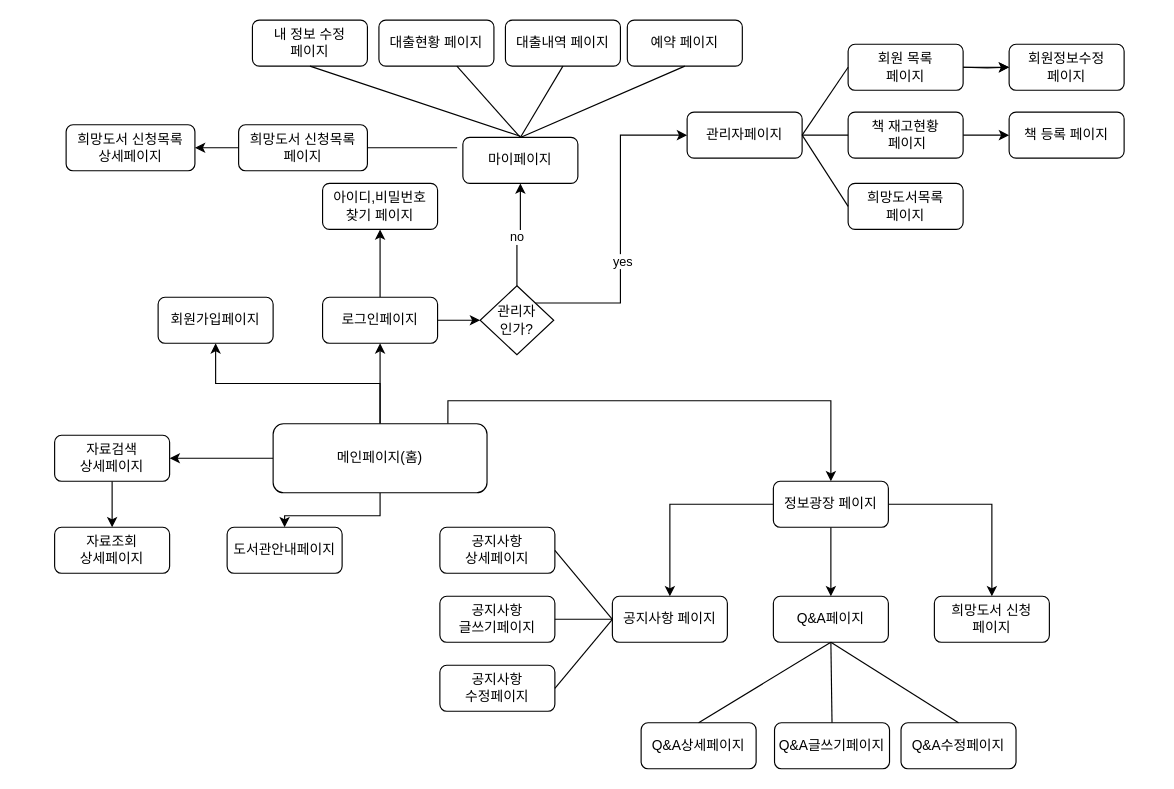
Before: 문서/uml.drawio in dambijin/carpe_diem_project1, a draw.io diagram. Source tidied: cells renumbered, new cells numbered last; positions are measured from the earlier drawing's top-left corner, leaving out a move shared by most shapes. Both pictures are drawn from the tidied source at 115%, with x=0, y=0 at pixel (54, 20).
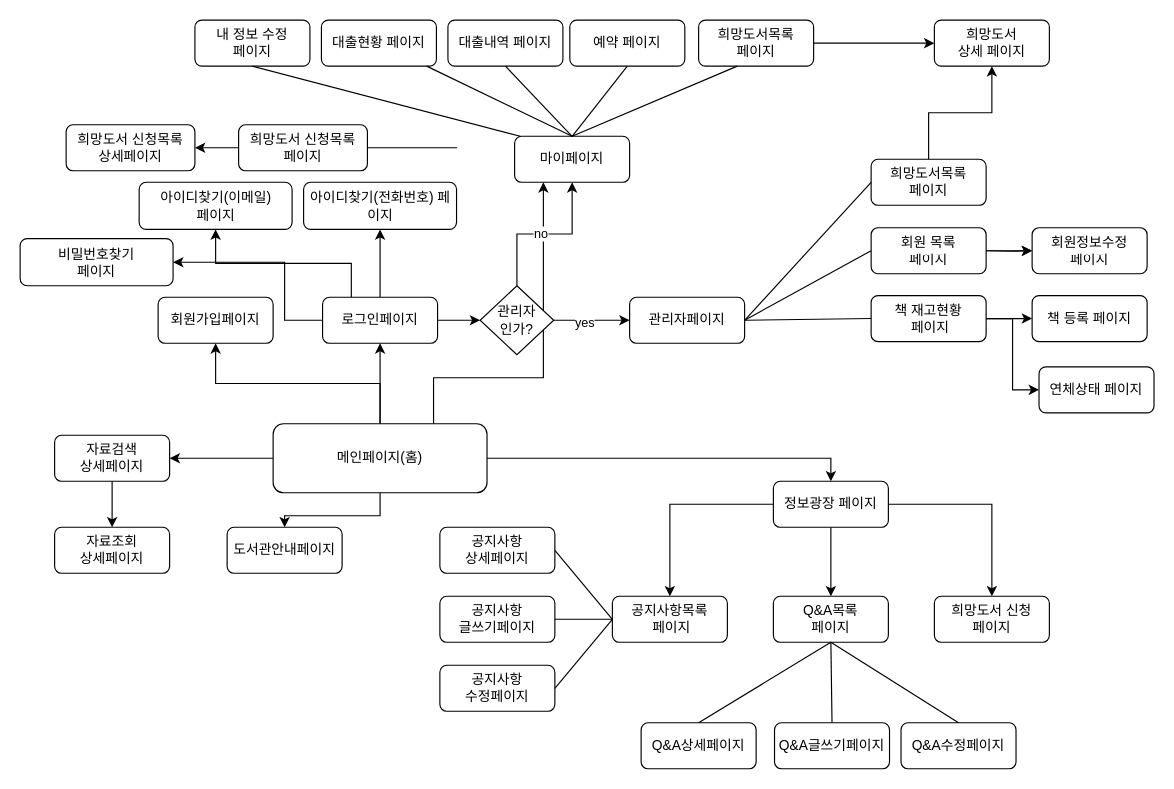
The same page after the edit.

Commit message (it also covers changes not shown here):
희망도서추가페이지 수정 uml수정

Unchanged cells that the change refers to:
```xml
<mxCell id="7" value="메인페이지(홈)" style="rounded=1;whiteSpace=wrap;html=1;" parent="1" vertex="1">
  <mxGeometry x="190" y="351" width="186" height="60" as="geometry" />
</mxCell>
<mxCell id="10" value="로그인페이지" style="rounded=1;whiteSpace=wrap;html=1;" parent="1" vertex="1">
  <mxGeometry x="233" y="241" width="100" height="40" as="geometry" />
</mxCell>
<mxCell id="19" value="정보광장 페이지" style="rounded=1;whiteSpace=wrap;html=1;" parent="1" vertex="1">
  <mxGeometry x="625" y="401" width="100" height="40" as="geometry" />
</mxCell>
<mxCell id="42" value="관리자&lt;br&gt;인가?" style="rhombus;whiteSpace=wrap;html=1;" parent="1" vertex="1">
  <mxGeometry x="370" y="231" width="64" height="60" as="geometry" />
</mxCell>
```

Change to the diagram source:
```diff
@@
-    <mxCell id="6" style="edgeStyle=orthogonalEdgeStyle;rounded=0;jettySize=auto;html=1;entryX=0.5;entryY=0;entryDx=0;entryDy=0;exitX=0.817;exitY=0;exitDx=0;exitDy=0;exitPerimeter=0;" parent="1" edge="1" source="7" target="19">
+    <mxCell id="6" style="edgeStyle=orthogonalEdgeStyle;rounded=0;jettySize=auto;html=1;entryX=0.5;entryY=0;entryDx=0;entryDy=0;exitX=1;exitY=0.5;exitDx=0;exitDy=0;" parent="1" edge="1" source="7" target="19">
       <mxGeometry relative="1" as="geometry" />
     </mxCell>
+    <mxCell id="66" style="edgeStyle=orthogonalEdgeStyle;rounded=0;jettySize=auto;html=1;exitX=0.75;exitY=0;exitDx=0;exitDy=0;entryX=0.25;entryY=1;entryDx=0;entryDy=0;" parent="1" edge="1" source="7" target="20">
+      <mxGeometry relative="1" as="geometry">
+        <Array as="points">
+          <mxPoint x="330" y="311" />
+          <mxPoint x="425" y="311" />
+        </Array>
+      </mxGeometry>
+    </mxCell>
@@
+    <mxCell id="67" style="edgeStyle=orthogonalEdgeStyle;rounded=0;jettySize=auto;html=1;exitX=0.25;exitY=0;exitDx=0;exitDy=0;entryX=0.5;entryY=1;entryDx=0;entryDy=0;" parent="1" edge="1" source="10" target="72">
+      <mxGeometry relative="1" as="geometry" />
+    </mxCell>
+    <mxCell id="68" style="edgeStyle=orthogonalEdgeStyle;rounded=0;jettySize=auto;html=1;exitX=0;exitY=0.5;exitDx=0;exitDy=0;entryX=1;entryY=0.5;entryDx=0;entryDy=0;" parent="1" edge="1" source="10" target="73">
+      <mxGeometry relative="1" as="geometry">
+        <Array as="points">
+          <mxPoint x="200" y="261" />
+          <mxPoint x="200" y="210" />
+        </Array>
+      </mxGeometry>
+    </mxCell>
@@
-    <mxCell id="14" value="Q&amp;amp;A페이지" style="rounded=1;whiteSpace=wrap;html=1;" parent="1" vertex="1">
+    <mxCell id="14" value="Q&amp;amp;A목록&lt;br&gt;페이지" style="rounded=1;whiteSpace=wrap;html=1;" parent="1" vertex="1">
       <mxGeometry x="625" y="501" width="100" height="40" as="geometry" />
     </mxCell>
@@
     <mxCell id="20" value="마이페이지" style="rounded=1;whiteSpace=wrap;html=1;" parent="1" vertex="1">
-      <mxGeometry x="355" y="102" width="100" height="40" as="geometry" />
+      <mxGeometry x="400" y="101" width="100" height="40" as="geometry" />
     </mxCell>
-    <mxCell id="21" value="아이디,비밀번호&lt;br&gt;찾기 페이지" style="rounded=1;whiteSpace=wrap;html=1;" parent="1" vertex="1">
-      <mxGeometry x="233" y="142" width="100" height="40" as="geometry" />
+    <mxCell id="21" value="아이디찾기(전화번호) 페이지" style="rounded=1;whiteSpace=wrap;html=1;" parent="1" vertex="1">
+      <mxGeometry x="216.5" y="141" width="133" height="41" as="geometry" />
     </mxCell>
     <mxCell id="22" value="관리자페이지" style="rounded=1;whiteSpace=wrap;html=1;" parent="1" vertex="1">
-      <mxGeometry x="550" y="80" width="100" height="40" as="geometry" />
+      <mxGeometry x="500" y="241" width="100" height="40" as="geometry" />
     </mxCell>
     <mxCell id="23" value="대출내역 페이지" style="rounded=1;whiteSpace=wrap;html=1;" parent="1" vertex="1">
-      <mxGeometry x="392" width="100" height="40" as="geometry" />
+      <mxGeometry x="342" width="100" height="40" as="geometry" />
     </mxCell>
     <mxCell id="24" value="예약 페이지" style="rounded=1;whiteSpace=wrap;html=1;" parent="1" vertex="1">
-      <mxGeometry x="498" width="100" height="40" as="geometry" />
+      <mxGeometry x="448" width="100" height="40" as="geometry" />
     </mxCell>
     <mxCell id="25" value="대출현황 페이지" style="rounded=1;whiteSpace=wrap;html=1;" parent="1" vertex="1">
-      <mxGeometry x="282" width="100" height="40" as="geometry" />
+      <mxGeometry x="232" width="100" height="40" as="geometry" />
     </mxCell>
@@
     <mxCell id="27" value="회원 목록&lt;br&gt;페이지" style="rounded=1;whiteSpace=wrap;html=1;" parent="1" vertex="1">
-      <mxGeometry x="690" y="21" width="100" height="40" as="geometry" />
+      <mxGeometry x="710" y="180.5" width="100" height="40" as="geometry" />
     </mxCell>
@@
+    <mxCell id="69" style="edgeStyle=orthogonalEdgeStyle;rounded=0;jettySize=auto;html=1;exitX=1;exitY=0.5;exitDx=0;exitDy=0;entryX=0;entryY=0.5;entryDx=0;entryDy=0;" parent="1" edge="1" source="29" target="71">
+      <mxGeometry relative="1" as="geometry" />
+    </mxCell>
     <mxCell id="29" value="책 재고현황&lt;br&gt;&amp;nbsp;페이지" style="rounded=1;whiteSpace=wrap;html=1;" parent="1" vertex="1">
-      <mxGeometry x="690" y="80" width="100" height="40" as="geometry" />
+      <mxGeometry x="710" y="239.5" width="100" height="40" as="geometry" />
     </mxCell>
-    <mxCell id="30" value="공지사항 페이지" style="rounded=1;whiteSpace=wrap;html=1;" parent="1" vertex="1">
+    <mxCell id="30" value="공지사항목록&lt;br&gt;&amp;nbsp;페이지" style="rounded=1;whiteSpace=wrap;html=1;" parent="1" vertex="1">
       <mxGeometry x="485" y="501" width="100" height="40" as="geometry" />
     </mxCell>
@@
     <mxCell id="32" value="책 등록 페이지" style="rounded=1;whiteSpace=wrap;html=1;" parent="1" vertex="1">
-      <mxGeometry x="830" y="80" width="100" height="40" as="geometry" />
+      <mxGeometry x="850" y="239.5" width="100" height="40" as="geometry" />
     </mxCell>
@@
-    <mxCell id="40" style="edgeStyle=orthogonalEdgeStyle;rounded=0;jettySize=auto;html=1;entryX=0;entryY=0.5;entryDx=0;entryDy=0;exitX=1;exitY=0;exitDx=0;exitDy=0;" parent="1" edge="1" source="42" target="22">
+    <mxCell id="40" style="edgeStyle=orthogonalEdgeStyle;rounded=0;jettySize=auto;html=1;entryX=0;entryY=0.5;entryDx=0;entryDy=0;exitX=1;exitY=0.5;exitDx=0;exitDy=0;" parent="1" edge="1" source="42" target="22">
       <mxGeometry relative="1" as="geometry" />
     </mxCell>
@@
+    <mxCell id="70" style="edgeStyle=orthogonalEdgeStyle;rounded=0;jettySize=auto;html=1;exitX=0.5;exitY=0;exitDx=0;exitDy=0;entryX=0.5;entryY=1;entryDx=0;entryDy=0;" parent="1" edge="1" source="56" target="77">
+      <mxGeometry relative="1" as="geometry" />
+    </mxCell>
     <mxCell id="56" value="희망도서목록&lt;br&gt;페이지" style="rounded=1;whiteSpace=wrap;html=1;" parent="1" vertex="1">
-      <mxGeometry x="690" y="142" width="100" height="40" as="geometry" />
+      <mxGeometry x="710" y="121" width="100" height="40" as="geometry" />
     </mxCell>
@@
     <mxCell id="58" value="내 정보 수정&lt;br&gt;페이지" style="rounded=1;whiteSpace=wrap;html=1;" parent="1" vertex="1">
-      <mxGeometry x="172" width="100" height="40" as="geometry" />
+      <mxGeometry x="122" width="100" height="40" as="geometry" />
     </mxCell>
@@
     <mxCell id="64" style="edgeStyle=orthogonalEdgeStyle;rounded=0;jettySize=auto;html=1;" parent="1" edge="1" target="65">
       <mxGeometry relative="1" as="geometry">
-        <mxPoint x="790" y="41" as="sourcePoint" />
+        <mxPoint x="810" y="200.5" as="sourcePoint" />
       </mxGeometry>
     </mxCell>
     <mxCell id="65" value="회원정보수정&lt;br&gt;페이지" style="rounded=1;whiteSpace=wrap;html=1;" parent="1" vertex="1">
-      <mxGeometry x="830" y="21" width="100" height="40" as="geometry" />
+      <mxGeometry x="850" y="180.5" width="100" height="40" as="geometry" />
     </mxCell>
+    <mxCell id="71" value="연체상태 페이지" style="rounded=1;whiteSpace=wrap;html=1;" parent="1" vertex="1">
+      <mxGeometry x="856" y="301.5" width="100" height="40" as="geometry" />
+    </mxCell>
+    <mxCell id="72" value="아이디찾기(이메일)&lt;br&gt;페이지" style="rounded=1;whiteSpace=wrap;html=1;" parent="1" vertex="1">
+      <mxGeometry x="73.5" y="141" width="133" height="41" as="geometry" />
+    </mxCell>
+    <mxCell id="73" value="비밀번호찾기&lt;br&gt;페이지" style="rounded=1;whiteSpace=wrap;html=1;" parent="1" vertex="1">
+      <mxGeometry x="-30" y="190" width="133" height="41" as="geometry" />
+    </mxCell>
+    <mxCell id="74" style="edgeStyle=orthogonalEdgeStyle;rounded=0;jettySize=auto;html=1;exitX=1;exitY=0.5;exitDx=0;exitDy=0;entryX=0;entryY=0.5;entryDx=0;entryDy=0;" parent="1" edge="1" source="75" target="77">
+      <mxGeometry relative="1" as="geometry" />
+    </mxCell>
+    <mxCell id="75" value="희망도서목록&lt;br&gt;페이지" style="rounded=1;whiteSpace=wrap;html=1;" parent="1" vertex="1">
+      <mxGeometry x="560" width="100" height="40" as="geometry" />
+    </mxCell>
+    <mxCell id="76" style="endArrow=none;html=1;rounded=0;exitX=0.5;exitY=0;exitDx=0;exitDy=0;entryX=0.336;entryY=1;entryDx=0;entryDy=0;entryPerimeter=0;" parent="1" edge="1" source="20" target="75">
+      <mxGeometry relative="1" as="geometry" />
+    </mxCell>
+    <mxCell id="77" value="희망도서&lt;br&gt;상세 페이지" style="rounded=1;whiteSpace=wrap;html=1;" parent="1" vertex="1">
+      <mxGeometry x="765" width="100" height="40" as="geometry" />
+    </mxCell>
```
